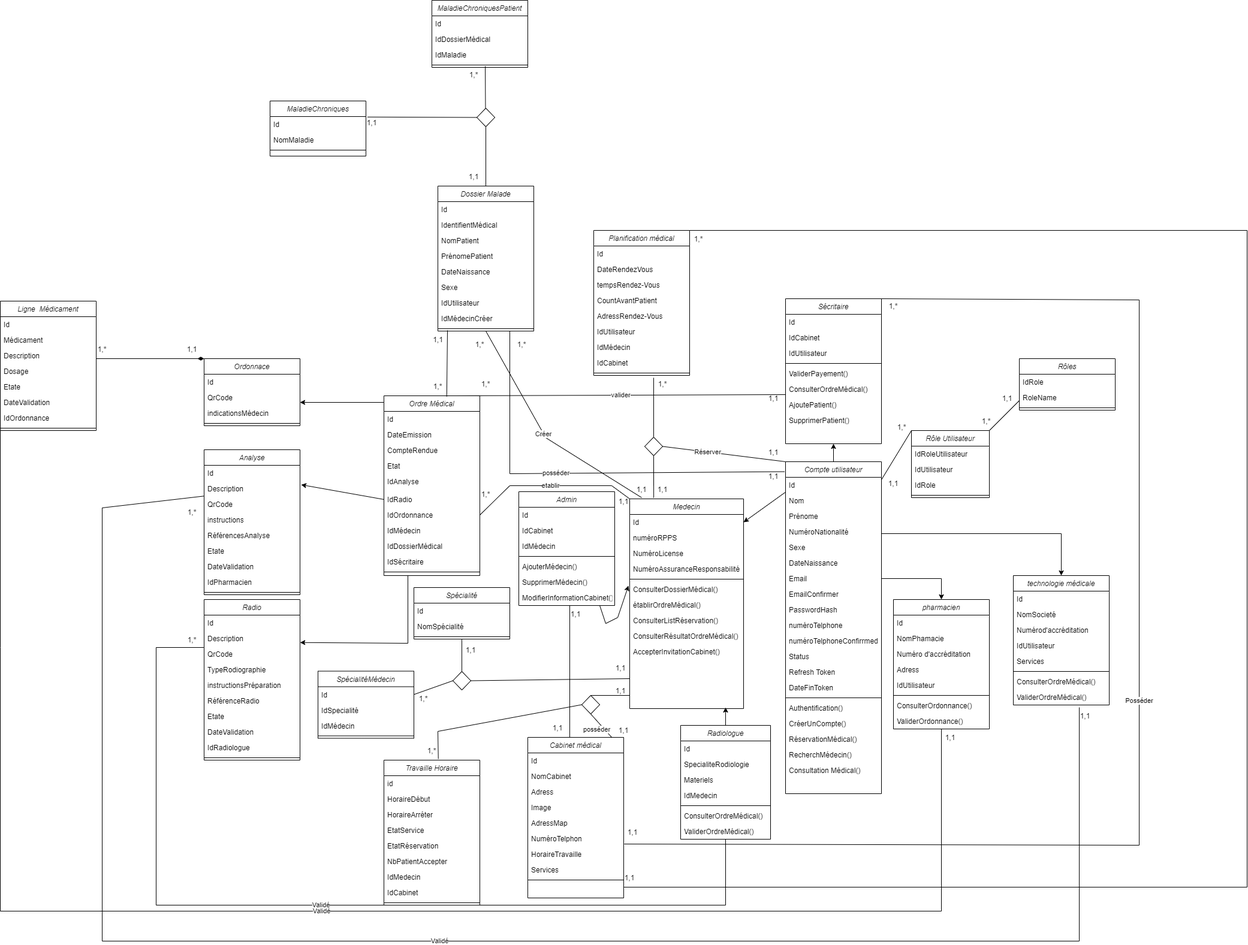
Earlier version of the draw.io export Memoire/UML/Diagramme de Class/Diagramme de Class.drawio.png (allia5/Project-Fin-D--tude). Source tidied: cells renumbered, new cells last; positions are measured from the earlier drawing's top-left corner, leaving out a move shared by most shapes.
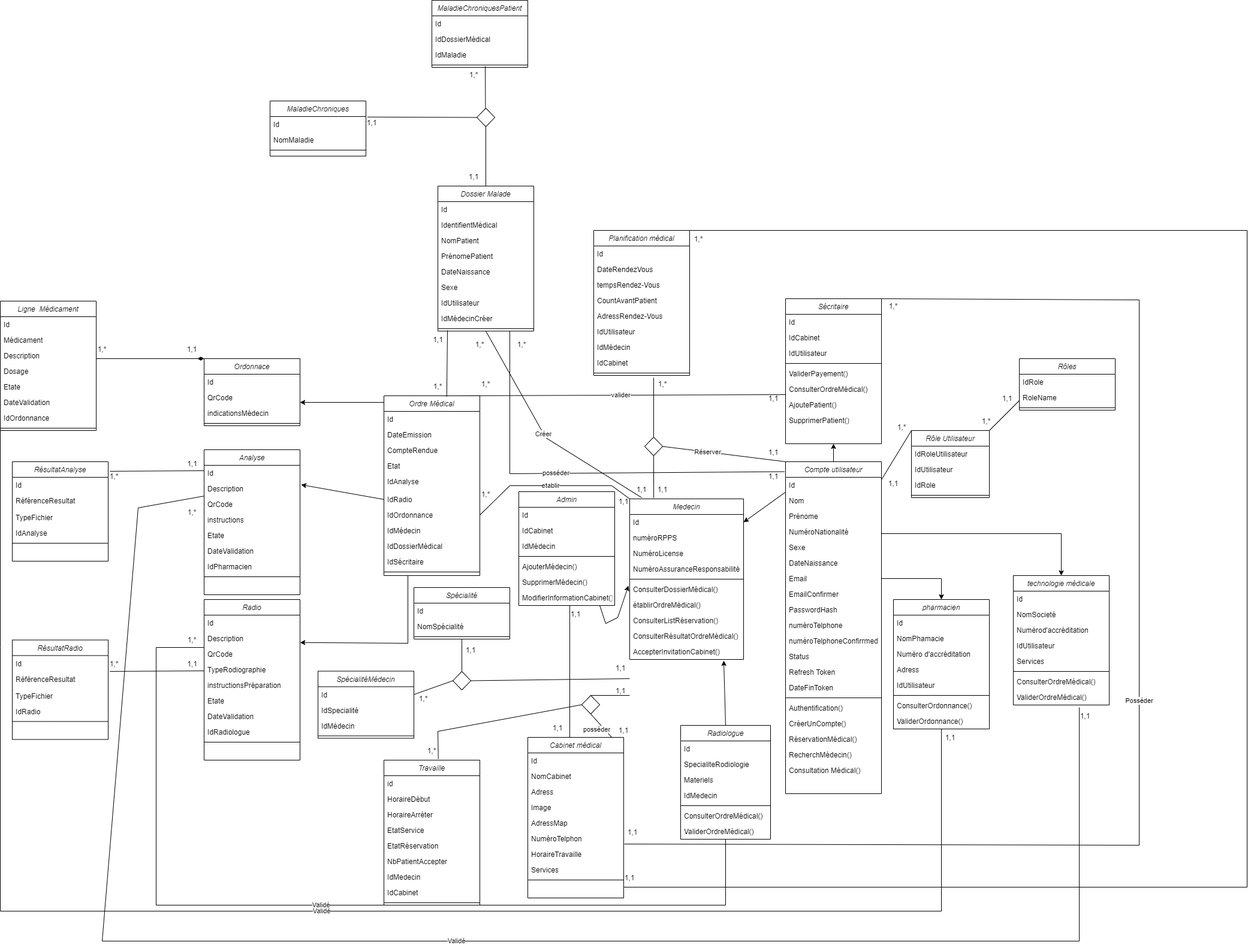
After the commit.

The edit, as a diff of the source:
```diff
@@ -127,7 +127,7 @@
       <mxGeometry y="190" width="160" height="26" as="geometry" />
     </mxCell>
     <mxCell id="42" value="Medecin" style="swimlane;fontStyle=2;align=center;verticalAlign=top;horizontal=1;startSize=26;rounded=0;shadow=0;strokeWidth=1;" parent="1" vertex="1">
-      <mxGeometry x="1050" y="832" width="190" height="350" as="geometry" />
+      <mxGeometry x="1050" y="832" width="190" height="268" as="geometry" />
     </mxCell>
     <mxCell id="43" value="Id" style="text;align=left;verticalAlign=top;spacingLeft=4;spacingRight=4;overflow=hidden;points=[[0,0.5],[1,0.5]];portConstraint=eastwest;" parent="42" vertex="1">
       <mxGeometry y="26" width="190" height="26" as="geometry" />
@@ -294,7 +294,7 @@
         <mxPoint x="1050" y="1160" as="targetPoint" />
       </mxGeometry>
     </mxCell>
-    <mxCell id="92" value="Travaille Horaire" style="swimlane;fontStyle=2;align=center;verticalAlign=top;horizontal=1;startSize=26;rounded=0;shadow=0;strokeWidth=1;" parent="1" vertex="1">
+    <mxCell id="92" value="Travaille" style="swimlane;fontStyle=2;align=center;verticalAlign=top;horizontal=1;startSize=26;rounded=0;shadow=0;strokeWidth=1;" parent="1" vertex="1">
       <mxGeometry x="640" y="1268" width="160" height="242" as="geometry" />
     </mxCell>
     <mxCell id="93" value="id" style="text;align=left;verticalAlign=top;spacingLeft=4;spacingRight=4;overflow=hidden;" parent="92" vertex="1">
@@ -415,20 +415,17 @@
     <mxCell id="128" value="instructionsPréparation" style="text;align=left;verticalAlign=top;spacingLeft=4;spacingRight=4;overflow=hidden;" parent="123" vertex="1">
       <mxGeometry y="130" width="160" height="26" as="geometry" />
     </mxCell>
-    <mxCell id="129" value="RéférenceRadio" style="text;align=left;verticalAlign=top;spacingLeft=4;spacingRight=4;overflow=hidden;" parent="123" vertex="1">
-      <mxGeometry y="156" width="160" height="26" as="geometry" />
-    </mxCell>
     <mxCell id="130" value="Etate" style="text;align=left;verticalAlign=top;spacingLeft=4;spacingRight=4;overflow=hidden;" parent="123" vertex="1">
-      <mxGeometry y="182" width="160" height="26" as="geometry" />
+      <mxGeometry y="156" width="160" height="26" as="geometry" />
     </mxCell>
     <mxCell id="131" value="DateValidation" style="text;align=left;verticalAlign=top;spacingLeft=4;spacingRight=4;overflow=hidden;" parent="123" vertex="1">
-      <mxGeometry y="208" width="160" height="26" as="geometry" />
+      <mxGeometry y="182" width="160" height="26" as="geometry" />
     </mxCell>
     <mxCell id="132" value="IdRadiologue" style="text;align=left;verticalAlign=top;spacingLeft=4;spacingRight=4;overflow=hidden;" parent="123" vertex="1">
-      <mxGeometry y="234" width="160" height="26" as="geometry" />
+      <mxGeometry y="208" width="160" height="26" as="geometry" />
     </mxCell>
     <mxCell id="133" style="line;html=1;strokeWidth=1;align=left;verticalAlign=middle;spacingTop=-1;spacingLeft=3;spacingRight=3;labelPosition=right;" parent="123" vertex="1">
-      <mxGeometry y="260" width="160" height="8" as="geometry" />
+      <mxGeometry y="234" width="160" height="8" as="geometry" />
     </mxCell>
     <mxCell id="134" value="Analyse" style="swimlane;fontStyle=2;align=center;verticalAlign=top;horizontal=1;startSize=26;rounded=0;shadow=0;strokeWidth=1;" parent="1" vertex="1">
       <mxGeometry x="340" y="750" width="160" height="242" as="geometry" />
@@ -445,20 +442,17 @@
     <mxCell id="138" value="instructions" style="text;align=left;verticalAlign=top;spacingLeft=4;spacingRight=4;overflow=hidden;" parent="134" vertex="1">
       <mxGeometry y="104" width="160" height="26" as="geometry" />
     </mxCell>
-    <mxCell id="139" value="RéférencesAnalyse" style="text;align=left;verticalAlign=top;spacingLeft=4;spacingRight=4;overflow=hidden;" parent="134" vertex="1">
-      <mxGeometry y="130" width="160" height="26" as="geometry" />
-    </mxCell>
     <mxCell id="140" value="Etate" style="text;align=left;verticalAlign=top;spacingLeft=4;spacingRight=4;overflow=hidden;" parent="134" vertex="1">
-      <mxGeometry y="156" width="160" height="26" as="geometry" />
+      <mxGeometry y="130" width="160" height="26" as="geometry" />
     </mxCell>
     <mxCell id="141" value="DateValidation" style="text;align=left;verticalAlign=top;spacingLeft=4;spacingRight=4;overflow=hidden;" parent="134" vertex="1">
-      <mxGeometry y="182" width="160" height="26" as="geometry" />
+      <mxGeometry y="156" width="160" height="26" as="geometry" />
     </mxCell>
     <mxCell id="142" value="IdPharmacien" style="text;align=left;verticalAlign=top;spacingLeft=4;spacingRight=4;overflow=hidden;" parent="134" vertex="1">
-      <mxGeometry y="208" width="160" height="26" as="geometry" />
+      <mxGeometry y="182" width="160" height="26" as="geometry" />
     </mxCell>
     <mxCell id="143" style="line;html=1;strokeWidth=1;align=left;verticalAlign=middle;spacingTop=-1;spacingLeft=3;spacingRight=3;labelPosition=right;" parent="134" vertex="1">
-      <mxGeometry y="234" width="160" height="8" as="geometry" />
+      <mxGeometry y="208" width="160" height="8" as="geometry" />
     </mxCell>
     <mxCell id="144" style="endArrow=classic;html=1;rounded=0;" parent="1" edge="1">
       <mxGeometry relative="1" as="geometry">
@@ -525,7 +519,7 @@
       <mxGeometry relative="1" as="geometry">
         <mxPoint x="1800" y="1180" as="targetPoint" />
         <Array as="points">
-          <mxPoint x="170" y="847" />
+          <mxPoint x="230" y="847" />
           <mxPoint x="170" y="1570" />
           <mxPoint x="1800" y="1570" />
         </Array>
@@ -680,10 +674,8 @@
     <mxCell id="202" value="1,*" style="text;html=1;strokeColor=none;fillColor=none;align=center;verticalAlign=middle;whiteSpace=wrap;rounded=0;" parent="1" vertex="1">
       <mxGeometry x="140" y="568" width="60" height="30" as="geometry" />
     </mxCell>
-    <mxCell id="203" style="endArrow=classic;html=1;rounded=0;exitX=0.5;exitY=0;exitDx=0;exitDy=0;" parent="1" edge="1" source="149">
-      <mxGeometry relative="1" as="geometry">
-        <mxPoint x="1210" y="1180" as="targetPoint" />
-      </mxGeometry>
+    <mxCell id="203" style="endArrow=classic;html=1;rounded=0;exitX=0.5;exitY=0;exitDx=0;exitDy=0;entryX=0.826;entryY=1.077;entryDx=0;entryDy=0;entryPerimeter=0;" parent="1" edge="1" source="149" target="52">
+      <mxGeometry relative="1" as="geometry" />
     </mxCell>
     <mxCell id="204" value="1,*" style="text;html=1;strokeColor=none;fillColor=none;align=center;verticalAlign=middle;whiteSpace=wrap;rounded=0;" parent="1" vertex="1">
       <mxGeometry x="840" y="560" width="60" height="30" as="geometry" />
@@ -908,5 +900,64 @@
     <mxCell id="268" value="1,1" style="text;html=1;align=center;verticalAlign=middle;strokeColor=none;fillColor=none;" parent="1" vertex="1">
       <mxGeometry x="710" y="552" width="40" height="30" as="geometry" />
     </mxCell>
+    <mxCell id="269" value="RésultatAnalyse" style="swimlane;fontStyle=2;align=center;verticalAlign=top;horizontal=1;startSize=26;rounded=0;shadow=0;strokeWidth=1;" parent="1" vertex="1">
+      <mxGeometry x="20" y="770" width="160" height="166" as="geometry" />
+    </mxCell>
+    <mxCell id="270" value="Id" style="text;align=left;verticalAlign=top;spacingLeft=4;spacingRight=4;overflow=hidden;" parent="269" vertex="1">
+      <mxGeometry y="26" width="160" height="26" as="geometry" />
+    </mxCell>
+    <mxCell id="271" value="RéférenceResultat" style="text;align=left;verticalAlign=top;spacingLeft=4;spacingRight=4;overflow=hidden;" parent="269" vertex="1">
+      <mxGeometry y="52" width="160" height="28" as="geometry" />
+    </mxCell>
+    <mxCell id="272" value="TypeFichier" style="text;align=left;verticalAlign=top;spacingLeft=4;spacingRight=4;overflow=hidden;" parent="269" vertex="1">
+      <mxGeometry y="80" width="160" height="26" as="geometry" />
+    </mxCell>
+    <mxCell id="273" value="IdAnalyse" style="text;align=left;verticalAlign=top;spacingLeft=4;spacingRight=4;overflow=hidden;" parent="269" vertex="1">
+      <mxGeometry y="106" width="160" height="26" as="geometry" />
+    </mxCell>
+    <mxCell id="274" style="line;html=1;strokeWidth=1;align=left;verticalAlign=middle;spacingTop=-1;spacingLeft=3;spacingRight=3;labelPosition=right;" parent="269" vertex="1">
+      <mxGeometry y="132" width="160" height="8" as="geometry" />
+    </mxCell>
+    <mxCell id="275" value="RésultatRadio" style="swimlane;fontStyle=2;align=center;verticalAlign=top;horizontal=1;startSize=26;rounded=0;shadow=0;strokeWidth=1;" parent="1" vertex="1">
+      <mxGeometry x="20" y="1067.5" width="160" height="166" as="geometry" />
+    </mxCell>
+    <mxCell id="276" value="Id" style="text;align=left;verticalAlign=top;spacingLeft=4;spacingRight=4;overflow=hidden;" parent="275" vertex="1">
+      <mxGeometry y="26" width="160" height="26" as="geometry" />
+    </mxCell>
+    <mxCell id="277" value="RéférenceResultat" style="text;align=left;verticalAlign=top;spacingLeft=4;spacingRight=4;overflow=hidden;" parent="275" vertex="1">
+      <mxGeometry y="52" width="160" height="28" as="geometry" />
+    </mxCell>
+    <mxCell id="278" value="TypeFichier" style="text;align=left;verticalAlign=top;spacingLeft=4;spacingRight=4;overflow=hidden;" parent="275" vertex="1">
+      <mxGeometry y="80" width="160" height="26" as="geometry" />
+    </mxCell>
+    <mxCell id="279" value="IdRadio" style="text;align=left;verticalAlign=top;spacingLeft=4;spacingRight=4;overflow=hidden;" parent="275" vertex="1">
+      <mxGeometry y="106" width="160" height="26" as="geometry" />
+    </mxCell>
+    <mxCell id="280" style="line;html=1;strokeWidth=1;align=left;verticalAlign=middle;spacingTop=-1;spacingLeft=3;spacingRight=3;labelPosition=right;" parent="275" vertex="1">
+      <mxGeometry y="132" width="160" height="8" as="geometry" />
+    </mxCell>
+    <mxCell id="281" style="endArrow=none;html=1;rounded=0;exitX=1.017;exitY=0.096;exitDx=0;exitDy=0;exitPerimeter=0;" parent="1" edge="1" source="269">
+      <mxGeometry relative="1" as="geometry">
+        <mxPoint x="340" y="785" as="targetPoint" />
+      </mxGeometry>
+    </mxCell>
+    <mxCell id="282" value="1,1" style="text;html=1;align=center;verticalAlign=middle;strokeColor=none;fillColor=none;" parent="1" vertex="1">
+      <mxGeometry x="300" y="759" width="40" height="30" as="geometry" />
+    </mxCell>
+    <mxCell id="283" value="1,*" style="text;html=1;strokeColor=none;fillColor=none;align=center;verticalAlign=middle;whiteSpace=wrap;rounded=0;" parent="1" vertex="1">
+      <mxGeometry x="160" y="780" width="60" height="30" as="geometry" />
+    </mxCell>
+    <mxCell id="284" style="endArrow=none;html=1;rounded=0;exitX=1.017;exitY=0.096;exitDx=0;exitDy=0;exitPerimeter=0;" parent="1" edge="1">
+      <mxGeometry relative="1" as="geometry">
+        <mxPoint x="182.7" y="1119.9" as="sourcePoint" />
+        <mxPoint x="340" y="1119" as="targetPoint" />
+      </mxGeometry>
+    </mxCell>
+    <mxCell id="285" value="1,1" style="text;html=1;align=center;verticalAlign=middle;strokeColor=none;fillColor=none;" parent="1" vertex="1">
+      <mxGeometry x="300" y="1093" width="40" height="30" as="geometry" />
+    </mxCell>
+    <mxCell id="286" value="1,*" style="text;html=1;strokeColor=none;fillColor=none;align=center;verticalAlign=middle;whiteSpace=wrap;rounded=0;" parent="1" vertex="1">
+      <mxGeometry x="160" y="1093" width="60" height="30" as="geometry" />
+    </mxCell>
   </root>
 </mxGraphModel>
```
